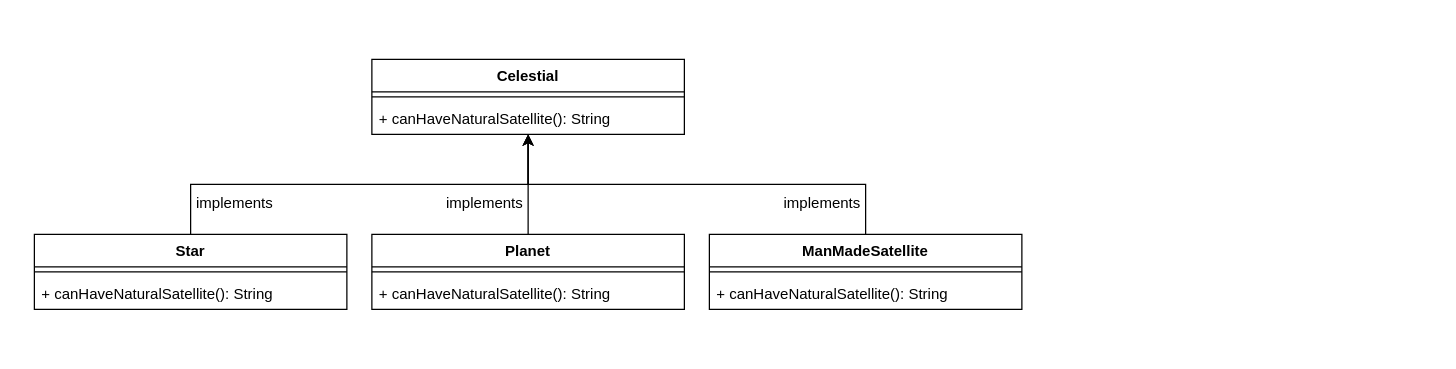
Before: src/main/java/factory/Diagramme sans nom.drawio in ErwanLT/designPattern, a draw.io diagram. Source tidied: cells renumbered, new cells numbered last; positions are measured from the earlier drawing's top-left corner, leaving out a move shared by most shapes. Both pictures are drawn from the tidied source at 125%, with x=0, y=0 at pixel (34, 59).
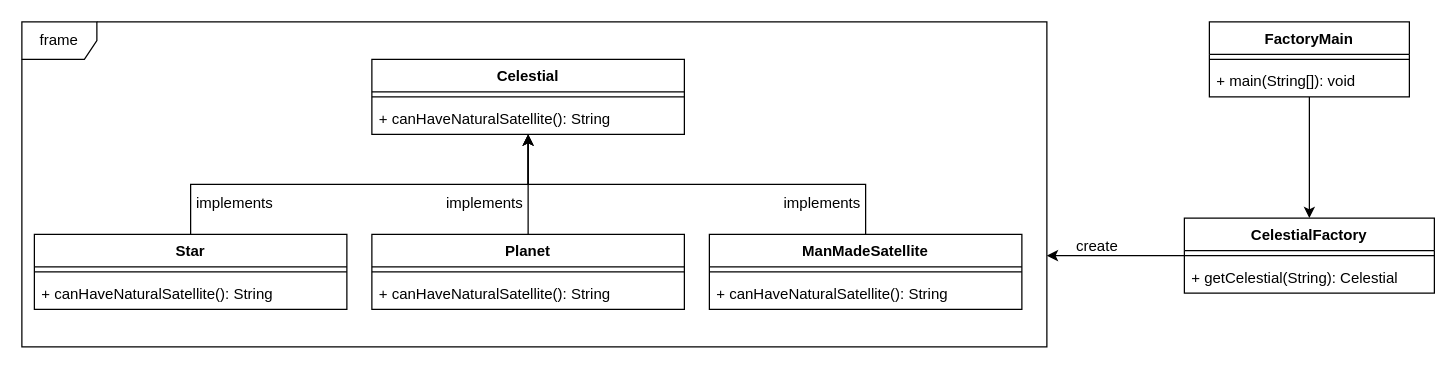
After the change.

Commit message (it also covers changes not shown here):
Mettre à jour Diagramme sans nom.drawio

The edit, as a diff of the source:
```diff
@@
+    <mxCell id="20" value="frame" style="shape=umlFrame;whiteSpace=wrap;html=1;" parent="1" vertex="1">
+      <mxGeometry x="-10" y="-30" width="820" height="260" as="geometry" />
+    </mxCell>
+    <mxCell id="21" style="edgeStyle=orthogonalEdgeStyle;rounded=0;jettySize=auto;html=1;" parent="1" edge="1" source="22">
+      <mxGeometry relative="1" as="geometry">
+        <mxPoint x="810" y="157" as="targetPoint" />
+      </mxGeometry>
+    </mxCell>
+    <mxCell id="22" value="CelestialFactory" style="swimlane;fontStyle=1;align=center;verticalAlign=top;horizontal=1;startSize=26;" parent="1" vertex="1">
+      <mxGeometry x="920" y="127" width="200" height="60" as="geometry" />
+    </mxCell>
+    <mxCell id="23" style="line;strokeWidth=1;fillColor=none;align=left;verticalAlign=middle;spacingTop=-1;spacingLeft=3;spacingRight=3;labelPosition=right;strokeColor=inherit;" parent="22" vertex="1">
+      <mxGeometry y="26" width="200" height="8" as="geometry" />
+    </mxCell>
+    <mxCell id="24" value="+ getCelestial(String): Celestial" style="text;strokeColor=none;fillColor=none;align=left;verticalAlign=top;spacingLeft=4;spacingRight=4;overflow=hidden;" parent="22" vertex="1">
+      <mxGeometry y="34" width="200" height="26" as="geometry" />
+    </mxCell>
+    <mxCell id="25" value="create" style="text;html=1;align=center;verticalAlign=middle;strokeColor=none;fillColor=none;" parent="1" vertex="1">
+      <mxGeometry x="820" y="135" width="60" height="30" as="geometry" />
+    </mxCell>
+    <mxCell id="26" style="edgeStyle=orthogonalEdgeStyle;rounded=0;jettySize=auto;html=1;entryX=0.5;entryY=0;entryDx=0;entryDy=0;" parent="1" edge="1" source="27" target="22">
+      <mxGeometry relative="1" as="geometry" />
+    </mxCell>
+    <mxCell id="27" value="FactoryMain" style="swimlane;fontStyle=1;align=center;verticalAlign=top;horizontal=1;startSize=26;" parent="1" vertex="1">
+      <mxGeometry x="940" y="-30" width="160" height="60" as="geometry" />
+    </mxCell>
+    <mxCell id="28" style="line;strokeWidth=1;fillColor=none;align=left;verticalAlign=middle;spacingTop=-1;spacingLeft=3;spacingRight=3;labelPosition=right;strokeColor=inherit;" parent="27" vertex="1">
+      <mxGeometry y="26" width="160" height="8" as="geometry" />
+    </mxCell>
+    <mxCell id="29" value="+ main(String[]): void" style="text;strokeColor=none;fillColor=none;align=left;verticalAlign=top;spacingLeft=4;spacingRight=4;overflow=hidden;" parent="27" vertex="1">
+      <mxGeometry y="34" width="160" height="26" as="geometry" />
+    </mxCell>
```
